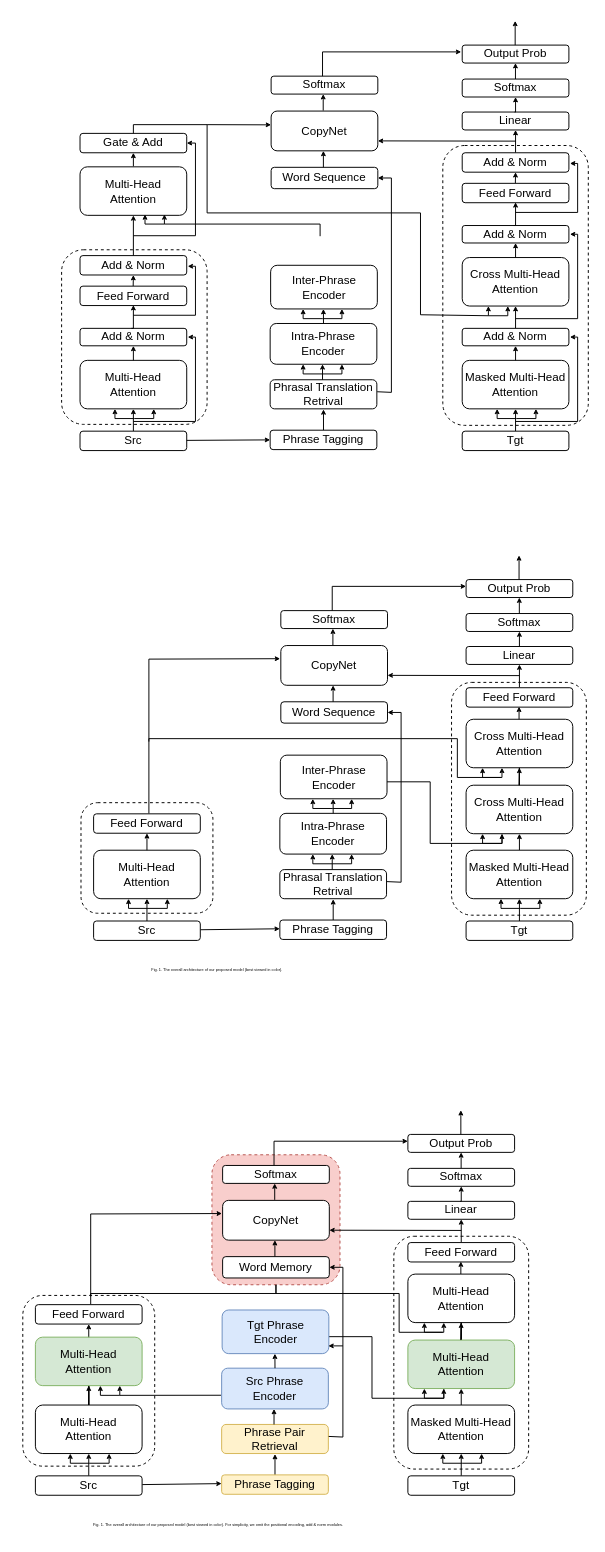
The draw.io diagram phraseNMT.drawio in lizezhonglaile/drawio, before the edit. Source tidied: cells renumbered, new cells numbered last; positions are measured from the earlier drawing's top-left corner, leaving out a move shared by most shapes. Both pictures are drawn from the tidied source at 97%, with x=0, y=0 at pixel (22, 20).
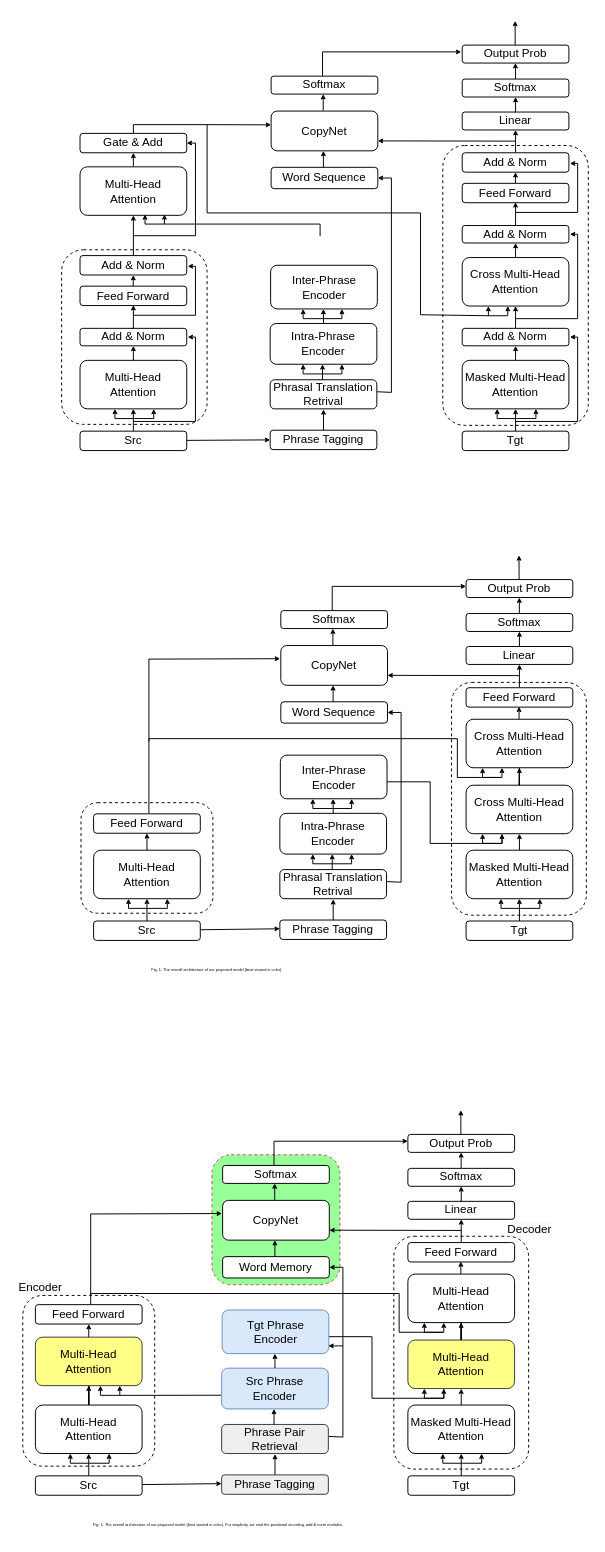
Above is the later version.

Diff of the diagram source:
```diff
@@
-    <mxCell id="2" style="rounded=1;whiteSpace=wrap;html=1;fontSize=4;dashed=1;fillColor=#f8cecc;strokeColor=#b85450;fillOpacity=100;strokeOpacity=100;" parent="1" vertex="1">
+    <mxCell id="2" style="rounded=1;whiteSpace=wrap;html=1;fontSize=4;dashed=1;fillColor=#99FF99;strokeColor=#b85450;fillOpacity=100;strokeOpacity=100;" parent="1" vertex="1">
       <mxGeometry x="195" y="1169" width="132" height="134" as="geometry" />
     </mxCell>
@@
-    <mxCell id="124" value="Phrase Pair&lt;br&gt;Retrieval" style="rounded=1;whiteSpace=wrap;html=1;fillColor=#fff2cc;strokeColor=#d6b656;" parent="1" vertex="1">
+    <mxCell id="124" value="Phrase Pair&lt;br&gt;Retrieval" style="rounded=1;whiteSpace=wrap;html=1;fillColor=#eeeeee;strokeColor=#36393d;" parent="1" vertex="1">
       <mxGeometry x="205" y="1447" width="110" height="30" as="geometry" />
     </mxCell>
@@
-    <mxCell id="144" value="Phrase Tagging" style="rounded=1;whiteSpace=wrap;html=1;fillColor=#fff2cc;strokeColor=#d6b656;" parent="1" vertex="1">
+    <mxCell id="144" value="Phrase Tagging" style="rounded=1;whiteSpace=wrap;html=1;fillColor=#eeeeee;strokeColor=#36393d;" parent="1" vertex="1">
       <mxGeometry x="205" y="1499" width="110" height="20" as="geometry" />
     </mxCell>
@@
-    <mxCell id="149" value="Multi-Head &lt;br&gt;Attention" style="rounded=1;whiteSpace=wrap;html=1;fillColor=#d5e8d4;strokeColor=#82b366;" parent="1" vertex="1">
+    <mxCell id="149" value="Multi-Head &lt;br&gt;Attention" style="rounded=1;whiteSpace=wrap;html=1;fillColor=#ffff88;strokeColor=#36393d;" parent="1" vertex="1">
       <mxGeometry x="397" y="1360" width="110" height="50" as="geometry" />
     </mxCell>
@@
-    <mxCell id="166" style="edgeStyle=orthogonalEdgeStyle;rounded=0;jumpSize=3;jettySize=auto;html=1;fontSize=4;startArrow=none;startFill=0;endArrow=none;endFill=0;startSize=3;endSize=3;" parent="1" edge="1" source="2">
+    <mxCell id="166" style="edgeStyle=orthogonalEdgeStyle;rounded=0;jumpSize=3;orthogonalLoop=1;jettySize=auto;html=1;fontSize=4;startArrow=none;startFill=0;endArrow=none;endFill=0;startSize=3;endSize=3;" parent="1" edge="1">
       <mxGeometry relative="1" as="geometry">
+        <mxPoint x="261" y="1312" as="sourcePoint" />
         <mxPoint x="433" y="1352" as="targetPoint" />
         <Array as="points">
           <mxPoint x="388" y="1312" />
           <mxPoint x="388" y="1352" />
         </Array>
       </mxGeometry>
     </mxCell>
@@
-    <mxCell id="171" value="Multi-Head &lt;br&gt;Attention" style="rounded=1;whiteSpace=wrap;html=1;fillColor=#d5e8d4;strokeColor=#82b366;" parent="1" vertex="1">
+    <mxCell id="171" value="Multi-Head &lt;br&gt;Attention" style="rounded=1;whiteSpace=wrap;html=1;fillColor=#ffff88;strokeColor=#36393d;" parent="1" vertex="1">
       <mxGeometry x="13" y="1357" width="110" height="50" as="geometry" />
     </mxCell>
@@
-    <mxCell id="175" style="edgeStyle=orthogonalEdgeStyle;rounded=0;jumpSize=3;jettySize=auto;html=1;fontSize=4;startArrow=none;startFill=0;endArrow=none;endFill=0;startSize=3;endSize=3;" parent="1" edge="1" target="2">
+    <mxCell id="175" style="edgeStyle=orthogonalEdgeStyle;rounded=0;jumpSize=3;orthogonalLoop=1;jettySize=auto;html=1;fontSize=4;startArrow=none;startFill=0;endArrow=none;endFill=0;startSize=3;endSize=3;" parent="1" edge="1">
       <mxGeometry relative="1" as="geometry">
         <mxPoint x="70" y="1323" as="sourcePoint" />
+        <mxPoint x="261" y="1312" as="targetPoint" />
         <Array as="points">
           <mxPoint x="70" y="1312" />
         </Array>
       </mxGeometry>
     </mxCell>
+    <mxCell id="176" value="&lt;span style=&quot;color: rgb(0, 0, 0); font-family: helvetica; font-size: 12px; font-style: normal; font-weight: 400; letter-spacing: normal; text-align: center; text-indent: 0px; text-transform: none; word-spacing: 0px; background-color: rgb(248, 249, 250); display: inline; float: none;&quot;&gt;Encoder&lt;/span&gt;" style="text;whiteSpace=wrap;html=1;fontSize=4;" parent="1" vertex="1">
+      <mxGeometry x="-6" y="1292" width="65" height="19" as="geometry" />
+    </mxCell>
+    <mxCell id="177" value="&lt;span style=&quot;color: rgb(0 , 0 , 0) ; font-family: &amp;#34;helvetica&amp;#34; ; font-size: 12px ; font-style: normal ; font-weight: 400 ; letter-spacing: normal ; text-align: center ; text-indent: 0px ; text-transform: none ; word-spacing: 0px ; background-color: rgb(248 , 249 , 250) ; display: inline ; float: none&quot;&gt;Decoder&lt;/span&gt;" style="text;whiteSpace=wrap;html=1;fontSize=4;" parent="1" vertex="1">
+      <mxGeometry x="498" y="1232" width="65" height="19" as="geometry" />
+    </mxCell>
```
